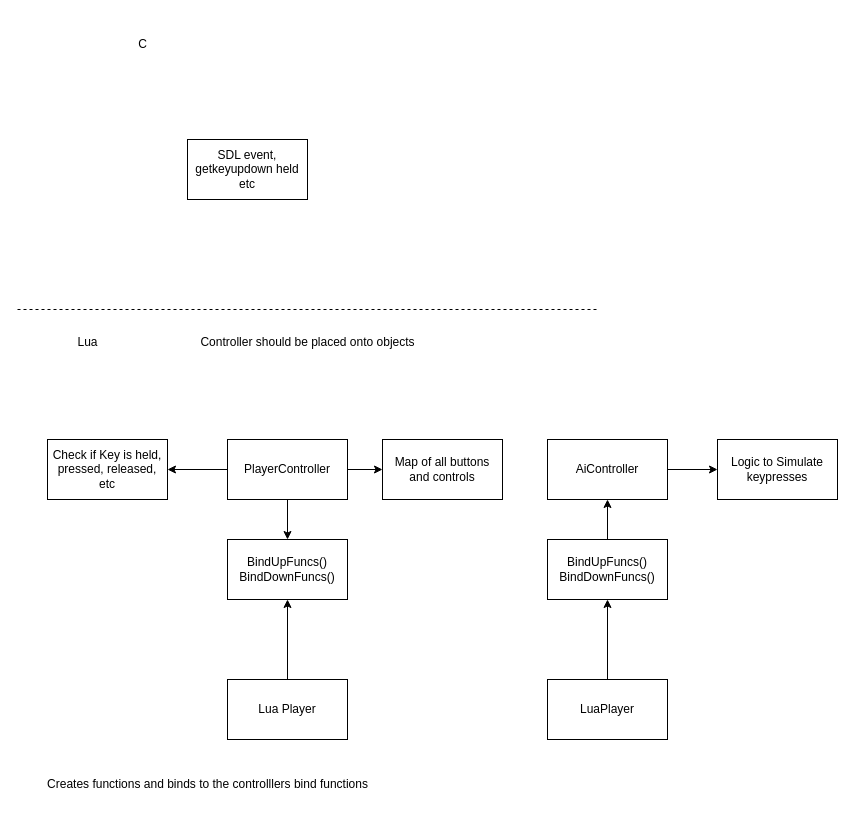
Above: docs/Input.drawio in kjblanchard/goonDash (draw.io), before the change. Source tidied: cells renumbered, new cells numbered last; positions are measured from the earlier drawing's top-left corner, leaving out a move shared by most shapes. Both pictures are drawn from the tidied source at 100%, with x=0, y=0 at pixel (17, 29).
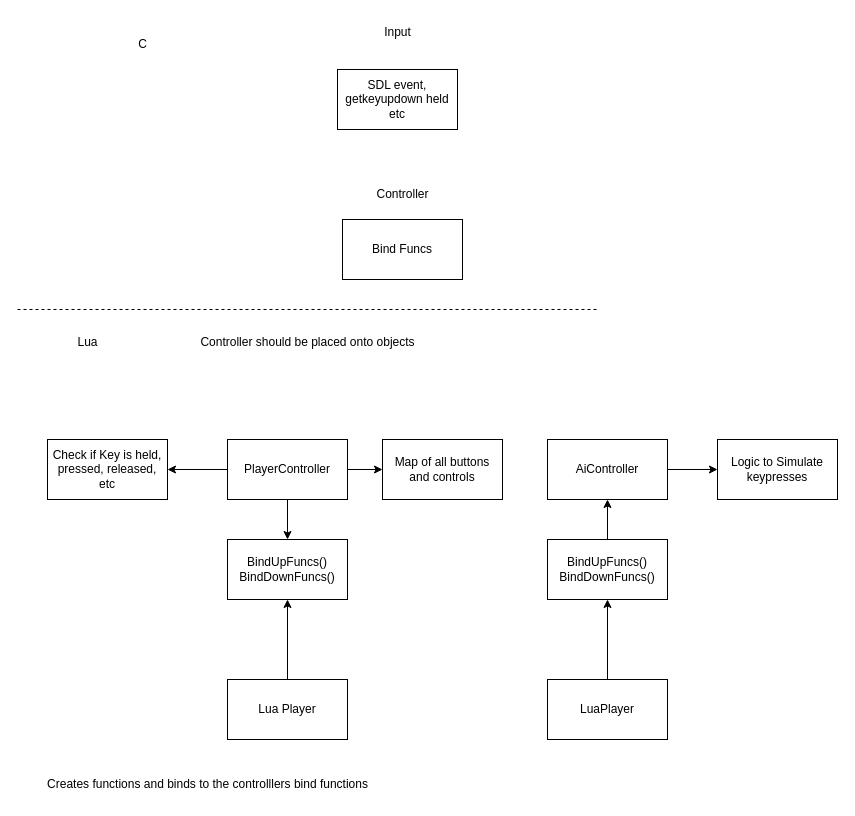
The same page after the edit.

Change to the diagram source:
```diff
@@
     <mxCell id="2" value="SDL event, getkeyupdown held etc" style="rounded=0;whiteSpace=wrap;html=1;" parent="1" vertex="1">
-      <mxGeometry x="170" y="110" width="120" height="60" as="geometry" />
+      <mxGeometry x="320" y="40" width="120" height="60" as="geometry" />
     </mxCell>
@@
+    <mxCell id="24" value="Input" style="text;html=1;align=center;verticalAlign=middle;strokeColor=none;fillColor=none;" parent="1" vertex="1">
+      <mxGeometry x="355" y="-12" width="50" height="30" as="geometry" />
+    </mxCell>
+    <mxCell id="25" value="Controller" style="text;html=1;align=center;verticalAlign=middle;strokeColor=none;fillColor=none;" parent="1" vertex="1">
+      <mxGeometry x="345" y="150" width="80" height="30" as="geometry" />
+    </mxCell>
+    <mxCell id="26" value="Bind Funcs" style="whiteSpace=wrap;html=1;" parent="1" vertex="1">
+      <mxGeometry x="325" y="190" width="120" height="60" as="geometry" />
+    </mxCell>
```
